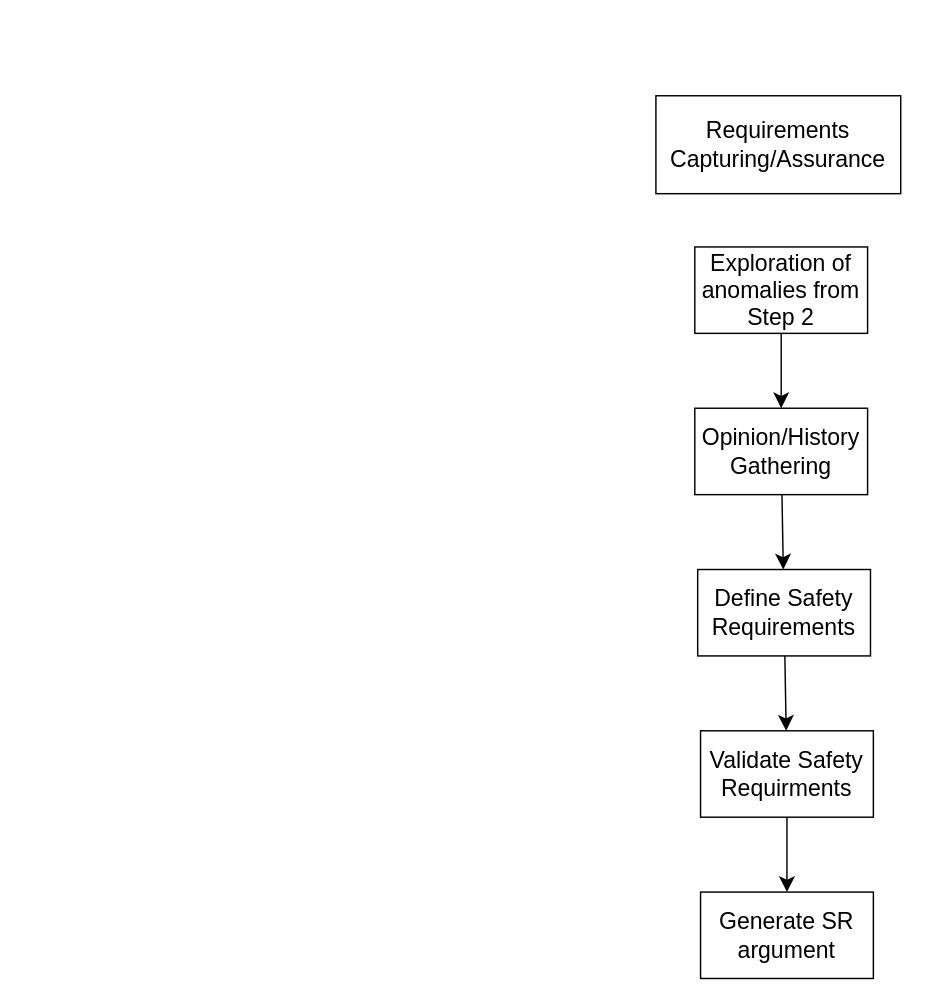
Above: Step 3/Step-3.drawio in TortoiseFather/SACRED (draw.io), before the change. Source tidied: cells renumbered, new cells numbered last; positions are measured from the earlier drawing's top-left corner, leaving out a move shared by most shapes. Both pictures are drawn from the tidied source at 144%, with x=0, y=0 at pixel (655, 95).
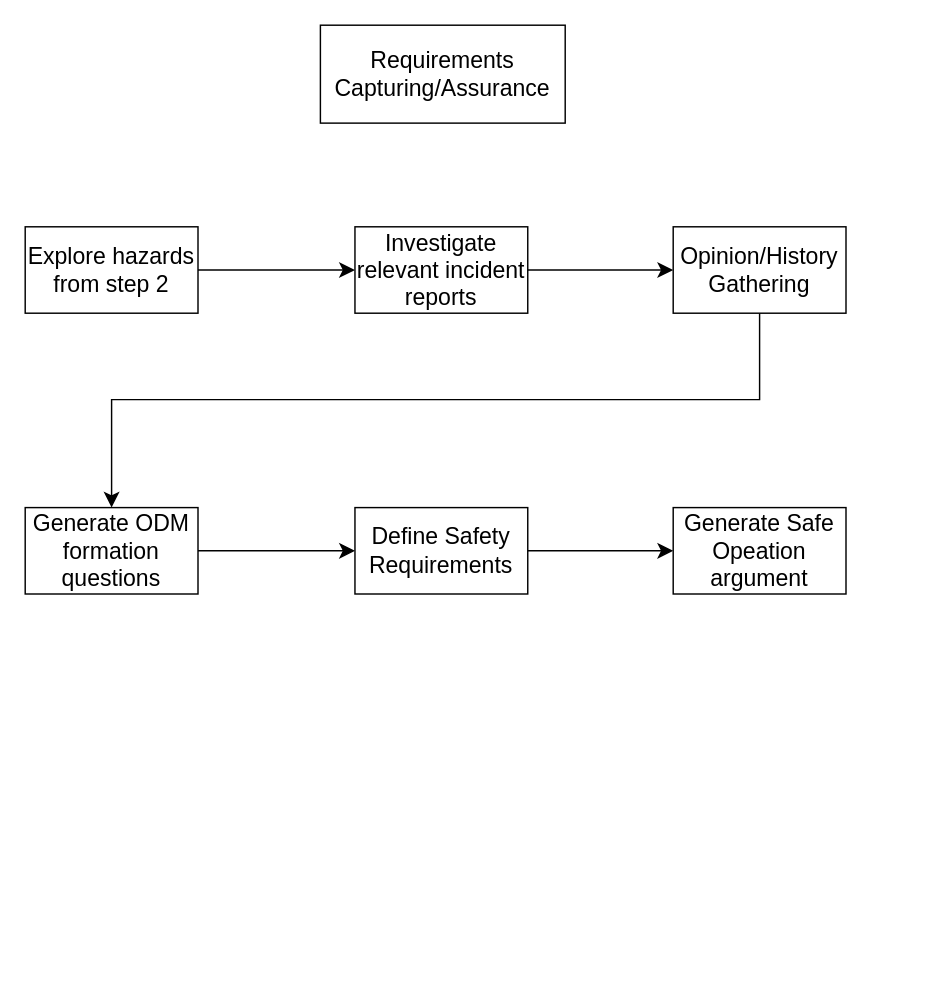
The same diagram, later.

What changed in the source:
```diff
@@
 <mxGraphModel>
   <root>
     <mxCell id="0" />
     <mxCell id="1" parent="0" />
+    <mxCell id="13" style="edgeStyle=none;curved=1;rounded=0;jettySize=auto;html=1;entryX=0;entryY=0.5;entryDx=0;entryDy=0;fontSize=12;startSize=8;endSize=8;" parent="1" edge="1" source="14" target="9">
+      <mxGeometry relative="1" as="geometry" />
+    </mxCell>
+    <mxCell id="14" value="Generate ODM formation questions" style="whiteSpace=wrap;html=1;fontSize=16;rounded=0;" parent="1" vertex="1">
+      <mxGeometry x="-438" y="286" width="120" height="60" as="geometry" />
+    </mxCell>
+    <mxCell id="15" style="edgeStyle=none;curved=0;rounded=0;jettySize=auto;html=1;entryX=0.5;entryY=0;entryDx=0;entryDy=0;fontSize=12;startSize=8;endSize=8;" parent="1" edge="1" source="7" target="14">
+      <mxGeometry relative="1" as="geometry">
+        <Array as="points">
+          <mxPoint x="72" y="211" />
+          <mxPoint x="-378" y="211" />
+        </Array>
+      </mxGeometry>
+    </mxCell>
     <mxCell id="2" parent="0" />
     <mxCell id="3" value="Requirements Capturing/Assurance" style="rounded=0;whiteSpace=wrap;html=1;fontSize=16;" parent="2" vertex="1">
-      <mxGeometry width="170" height="68" as="geometry" />
+      <mxGeometry x="-233" y="-49" width="170" height="68" as="geometry" />
     </mxCell>
-    <mxCell id="4" style="edgeStyle=none;curved=1;rounded=0;jettySize=auto;html=1;fontSize=12;startSize=8;endSize=8;" parent="2" edge="1" source="5" target="7">
-      <mxGeometry relative="1" as="geometry" />
-    </mxCell>
+    <mxCell id="16" style="edgeStyle=none;curved=1;rounded=0;jettySize=auto;html=1;entryX=0;entryY=0.5;entryDx=0;entryDy=0;fontSize=12;startSize=8;endSize=8;" parent="2" edge="1" source="5" target="11">
+      <mxGeometry relative="1" as="geometry" />
+    </mxCell>
-    <mxCell id="5" value="Exploration of anomalies from Step 2" style="whiteSpace=wrap;html=1;fontSize=16;rounded=0;" parent="2" vertex="1">
-      <mxGeometry x="27" y="105" width="120" height="60" as="geometry" />
+    <mxCell id="5" value="Explore hazards from step 2" style="whiteSpace=wrap;html=1;fontSize=16;rounded=0;" parent="2" vertex="1">
+      <mxGeometry x="-438" y="91" width="120" height="60" as="geometry" />
     </mxCell>
-    <mxCell id="6" style="edgeStyle=none;curved=1;rounded=0;jettySize=auto;html=1;fontSize=12;startSize=8;endSize=8;" parent="2" edge="1" source="7" target="9">
-      <mxGeometry relative="1" as="geometry" />
-    </mxCell>
     <mxCell id="7" value="Opinion/History Gathering" style="whiteSpace=wrap;html=1;fontSize=16;rounded=0;" parent="2" vertex="1">
-      <mxGeometry x="27" y="217" width="120" height="60" as="geometry" />
+      <mxGeometry x="12" y="91" width="120" height="60" as="geometry" />
     </mxCell>
-    <mxCell id="8" style="edgeStyle=none;curved=1;rounded=0;jettySize=auto;html=1;fontSize=12;startSize=8;endSize=8;" parent="2" edge="1" source="9" target="11">
-      <mxGeometry relative="1" as="geometry" />
-    </mxCell>
+    <mxCell id="17" style="edgeStyle=none;curved=1;rounded=0;jettySize=auto;html=1;entryX=0;entryY=0.5;entryDx=0;entryDy=0;fontSize=12;startSize=8;endSize=8;" parent="2" edge="1" source="9" target="12">
+      <mxGeometry relative="1" as="geometry" />
+    </mxCell>
     <mxCell id="9" value="Define Safety Requirements" style="whiteSpace=wrap;html=1;fontSize=16;rounded=0;" parent="2" vertex="1">
-      <mxGeometry x="29" y="329" width="120" height="60" as="geometry" />
+      <mxGeometry x="-209" y="286" width="120" height="60" as="geometry" />
     </mxCell>
-    <mxCell id="10" style="edgeStyle=none;curved=1;rounded=0;jettySize=auto;html=1;fontSize=12;startSize=8;endSize=8;" parent="2" edge="1" source="11" target="12">
-      <mxGeometry relative="1" as="geometry" />
-    </mxCell>
+    <mxCell id="18" style="edgeStyle=none;curved=1;rounded=0;jettySize=auto;html=1;entryX=0;entryY=0.5;entryDx=0;entryDy=0;fontSize=12;startSize=8;endSize=8;" parent="2" edge="1" source="11" target="7">
+      <mxGeometry relative="1" as="geometry" />
+    </mxCell>
-    <mxCell id="11" value="Validate Safety Requirments" style="whiteSpace=wrap;html=1;fontSize=16;rounded=0;" parent="2" vertex="1">
-      <mxGeometry x="31" y="441" width="120" height="60" as="geometry" />
+    <mxCell id="11" value="Investigate relevant incident reports" style="whiteSpace=wrap;html=1;fontSize=16;rounded=0;" parent="2" vertex="1">
+      <mxGeometry x="-209" y="91" width="120" height="60" as="geometry" />
     </mxCell>
-    <mxCell id="12" value="Generate SR argument" style="whiteSpace=wrap;html=1;fontSize=16;rounded=0;" parent="2" vertex="1">
-      <mxGeometry x="31" y="553" width="120" height="60" as="geometry" />
+    <mxCell id="12" value="Generate Safe Opeation argument" style="whiteSpace=wrap;html=1;fontSize=16;rounded=0;" parent="2" vertex="1">
+      <mxGeometry x="12" y="286" width="120" height="60" as="geometry" />
     </mxCell>
   </root>
 </mxGraphModel>
```
